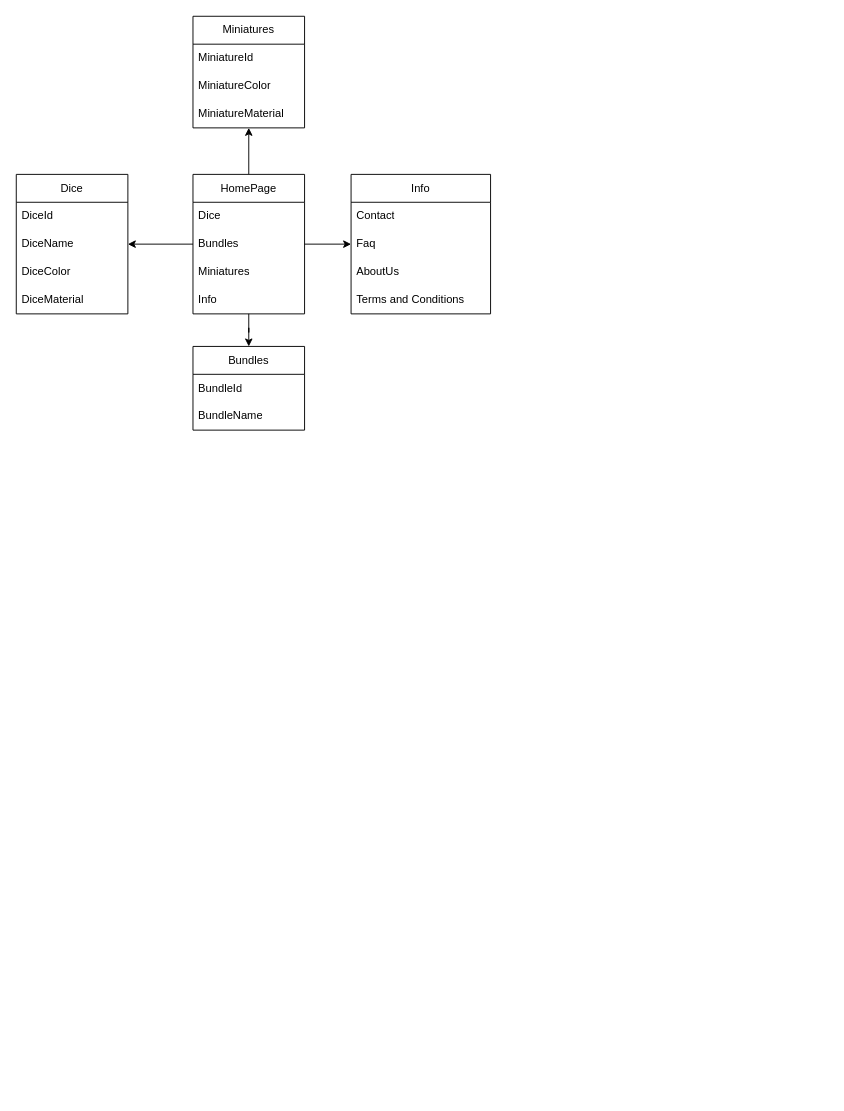
The draw.io diagram InformationDrawio.drawio in markpots/DnDWebshop, before the edit. Source tidied: cells renumbered, new cells numbered last; positions are measured from the earlier drawing's top-left corner, leaving out a move shared by most shapes. Both pictures are drawn from the tidied source at 93%, with x=0, y=0 at pixel (16, 16).
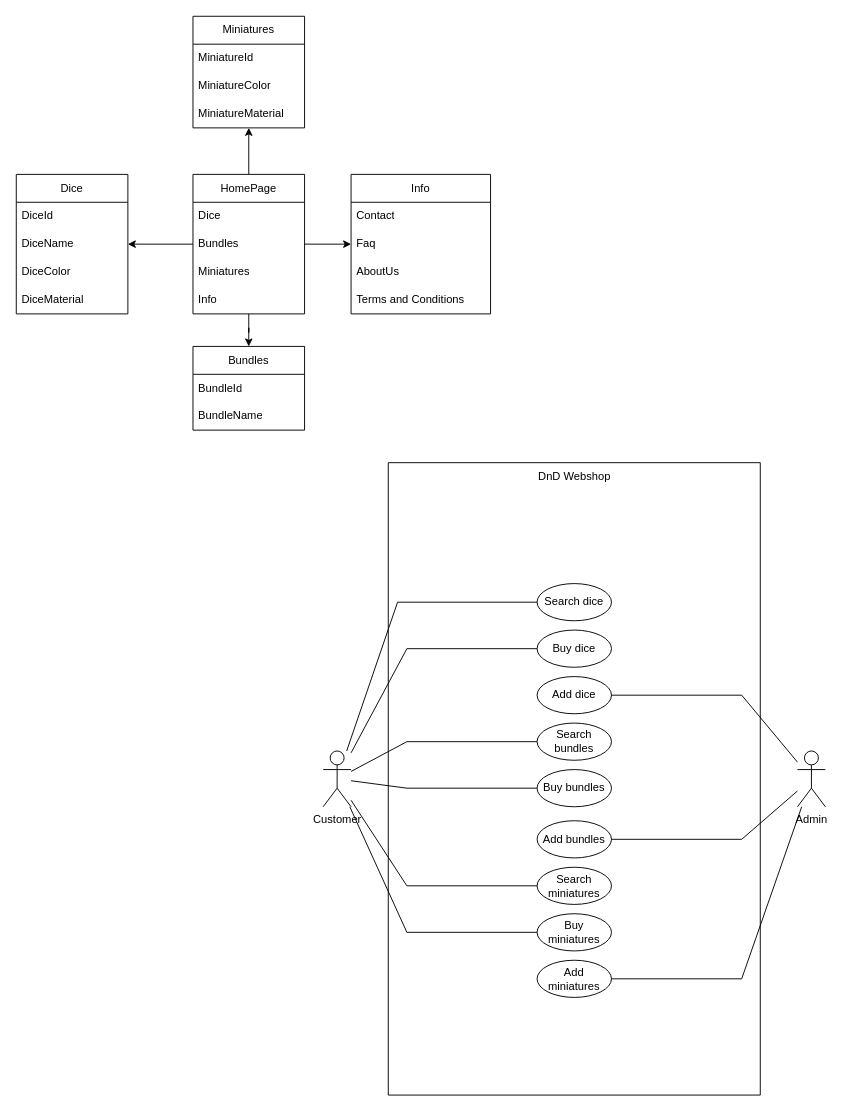
After the change.

What changed in the source:
```diff
@@
+    <mxCell id="28" style="swimlane;startSize=0;" parent="1" vertex="1">
+      <mxGeometry x="400" y="480" width="400" height="680" as="geometry" />
+    </mxCell>
+    <mxCell id="29" value="DnD Webshop" style="text;html=1;align=center;verticalAlign=middle;strokeColor=none;fillColor=none;" parent="28" vertex="1">
+      <mxGeometry x="150" width="100" height="30" as="geometry" />
+    </mxCell>
+    <mxCell id="30" value="Search dice" style="ellipse;whiteSpace=wrap;html=1;" parent="28" vertex="1">
+      <mxGeometry x="160" y="130" width="80" height="40" as="geometry" />
+    </mxCell>
+    <mxCell id="31" value="Buy dice" style="ellipse;whiteSpace=wrap;html=1;" parent="28" vertex="1">
+      <mxGeometry x="160" y="180" width="80" height="40" as="geometry" />
+    </mxCell>
+    <mxCell id="32" value="Add dice" style="ellipse;whiteSpace=wrap;html=1;" parent="28" vertex="1">
+      <mxGeometry x="160" y="230" width="80" height="40" as="geometry" />
+    </mxCell>
+    <mxCell id="33" value="Buy bundles" style="ellipse;whiteSpace=wrap;html=1;" parent="28" vertex="1">
+      <mxGeometry x="160" y="330" width="80" height="40" as="geometry" />
+    </mxCell>
+    <mxCell id="34" value="Search bundles" style="ellipse;whiteSpace=wrap;html=1;" parent="28" vertex="1">
+      <mxGeometry x="160" y="280" width="80" height="40" as="geometry" />
+    </mxCell>
+    <mxCell id="35" value="Add bundles" style="ellipse;whiteSpace=wrap;html=1;" parent="28" vertex="1">
+      <mxGeometry x="160" y="385" width="80" height="40" as="geometry" />
+    </mxCell>
+    <mxCell id="36" value="Search miniatures" style="ellipse;whiteSpace=wrap;html=1;" parent="28" vertex="1">
+      <mxGeometry x="160" y="435" width="80" height="40" as="geometry" />
+    </mxCell>
+    <mxCell id="37" value="Buy miniatures" style="ellipse;whiteSpace=wrap;html=1;" parent="28" vertex="1">
+      <mxGeometry x="160" y="485" width="80" height="40" as="geometry" />
+    </mxCell>
+    <mxCell id="38" value="Add miniatures" style="ellipse;whiteSpace=wrap;html=1;" parent="28" vertex="1">
+      <mxGeometry x="160" y="535" width="80" height="40" as="geometry" />
+    </mxCell>
+    <mxCell id="39" value="Customer" style="shape=umlActor;verticalLabelPosition=bottom;verticalAlign=top;html=1;outlineConnect=0;" parent="1" vertex="1">
+      <mxGeometry x="330" y="790" width="30" height="60" as="geometry" />
+    </mxCell>
+    <mxCell id="40" value="Admin" style="shape=umlActor;verticalLabelPosition=bottom;verticalAlign=top;html=1;outlineConnect=0;" parent="1" vertex="1">
+      <mxGeometry x="840" y="790" width="30" height="60" as="geometry" />
+    </mxCell>
+    <mxCell id="41" style="endArrow=none;html=1;rounded=0;" parent="1" edge="1" source="39" target="30">
+      <mxGeometry relative="1" as="geometry">
+        <Array as="points">
+          <mxPoint x="410" y="630" />
+        </Array>
+      </mxGeometry>
+    </mxCell>
+    <mxCell id="42" style="endArrow=none;html=1;rounded=0;" parent="1" edge="1" source="39" target="31">
+      <mxGeometry relative="1" as="geometry">
+        <Array as="points">
+          <mxPoint x="420" y="680" />
+        </Array>
+      </mxGeometry>
+    </mxCell>
+    <mxCell id="43" style="endArrow=none;html=1;rounded=0;" parent="1" edge="1" source="39" target="37">
+      <mxGeometry relative="1" as="geometry">
+        <Array as="points">
+          <mxPoint x="420" y="985" />
+        </Array>
+      </mxGeometry>
+    </mxCell>
+    <mxCell id="44" style="endArrow=none;html=1;rounded=0;" parent="1" edge="1" source="39" target="33">
+      <mxGeometry relative="1" as="geometry">
+        <Array as="points">
+          <mxPoint x="420" y="830" />
+        </Array>
+      </mxGeometry>
+    </mxCell>
+    <mxCell id="45" style="endArrow=none;html=1;rounded=0;" parent="1" edge="1" source="39" target="34">
+      <mxGeometry relative="1" as="geometry">
+        <Array as="points">
+          <mxPoint x="420" y="780" />
+        </Array>
+      </mxGeometry>
+    </mxCell>
+    <mxCell id="46" style="endArrow=none;html=1;rounded=0;" parent="1" edge="1" source="39" target="36">
+      <mxGeometry relative="1" as="geometry">
+        <Array as="points">
+          <mxPoint x="420" y="935" />
+        </Array>
+      </mxGeometry>
+    </mxCell>
+    <mxCell id="47" style="endArrow=none;html=1;rounded=0;" parent="1" edge="1" source="32" target="40">
+      <mxGeometry relative="1" as="geometry">
+        <Array as="points">
+          <mxPoint x="780" y="730" />
+        </Array>
+      </mxGeometry>
+    </mxCell>
+    <mxCell id="48" style="endArrow=none;html=1;rounded=0;" parent="1" edge="1" source="35" target="40">
+      <mxGeometry relative="1" as="geometry">
+        <Array as="points">
+          <mxPoint x="780" y="885" />
+        </Array>
+      </mxGeometry>
+    </mxCell>
+    <mxCell id="49" style="endArrow=none;html=1;rounded=0;" parent="1" edge="1" source="38" target="40">
+      <mxGeometry relative="1" as="geometry">
+        <Array as="points">
+          <mxPoint x="780" y="1035" />
+        </Array>
+      </mxGeometry>
+    </mxCell>
```
